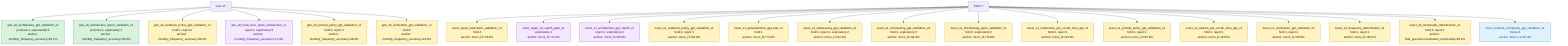
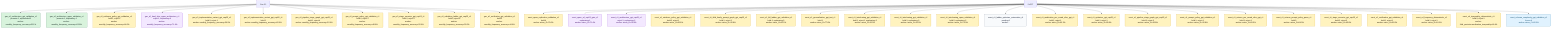
flowchart TD
  gan["Gan S0"]
  exect["ExECT"]
  exect_qwen_replication_validation_v1["exect_qwen_replication_validation_v1\nhold:4\nanchor: micro_f1=79.0%"]
  exect --> exect_qwen_replication_validation_v1
  exect_qwen_s4_cap25_gate_v1["exect_qwen_s4_cap25_gate_v1\nexploratory:1\nanchor: micro_f1=72.4%"]
  exect --> exect_qwen_s4_cap25_gate_v1
  exect_s1_architecture_gpt_cap25_v1["exect_s1_architecture_gpt_cap25_v1\nreject:1, exploratory:2\nanchor: micro_f1=95.8%"]
  exect --> exect_s1_architecture_gpt_cap25_v1
  exect_s1_evidence_policy_gpt_validation_v1["exect_s1_evidence_policy_gpt_validation_v1\nhold:2, reject:1\nanchor: micro_f1=95.8%"]
  exect --> exect_s1_evidence_policy_gpt_validation_v1
+   exect_s1_field_family_prompt_graph_gpt_cap25_v1["exect_s1_field_family_prompt_graph_gpt_cap25_v1\nhold:1, reject:2\nanchor: micro_f1=95.8%"]
+   exect --> exect_s1_field_family_prompt_graph_gpt_cap25_v1
+   exect_s1_full_ladder_gpt_validation_v1["exect_s1_full_ladder_gpt_validation_v1\nhold:1, exploratory:3\nanchor: micro_f1=92.3%"]
+   exect --> exect_s1_full_ladder_gpt_validation_v1
  exect_s1_generalization_gpt_test_v1["exect_s1_generalization_gpt_test_v1\nhold:1\nanchor: micro_f1=77.8%"]
  exect --> exect_s1_generalization_gpt_test_v1
  exect_s1_interleaving_gpt_validation_v1["exect_s1_interleaving_gpt_validation_v1\nhold:1, reject:1, exploratory:2\nanchor: micro_f1=92.3%"]
  exect --> exect_s1_interleaving_gpt_validation_v1
  exect_s1_interleaving_gpt_validation_v2["exect_s1_interleaving_gpt_validation_v2\nhold:1, exploratory:3\nanchor: micro_f1=92.3%"]
  exect --> exect_s1_interleaving_gpt_validation_v2
  exect_s1_interleaving_qwen_validation_v1["exect_s1_interleaving_qwen_validation_v1\nhold:2, exploratory:2\nanchor: micro_f1=79.0%"]
  exect --> exect_s1_interleaving_qwen_validation_v1
+   exect_s1_ladder_optimizer_automation_v1["exect_s1_ladder_optimizer_automation_v1\npending:3\nanchor: -"]
+   exect --> exect_s1_ladder_optimizer_automation_v1
  exect_s1_medication_pre_vocab_slice_gpt_v1["exect_s1_medication_pre_vocab_slice_gpt_v1\nhold:1, reject:1\nanchor: micro_f1=93.3%"]
  exect --> exect_s1_medication_pre_vocab_slice_gpt_v1
+   exect_s1_optimizer_gpt_cap25_v1["exect_s1_optimizer_gpt_cap25_v1\nhold:1, reject:1\nanchor: micro_f1=95.8%"]
+   exect --> exect_s1_optimizer_gpt_cap25_v1
+   exect_s1_pipeline_stage_graph_gpt_cap25_v1["exect_s1_pipeline_stage_graph_gpt_cap25_v1\nhold:3, reject:2\nanchor: micro_f1=95.8%"]
+   exect --> exect_s1_pipeline_stage_graph_gpt_cap25_v1
  exect_s1_prompt_policy_gpt_validation_v1["exect_s1_prompt_policy_gpt_validation_v1\nhold:1, reject:1\nanchor: micro_f1=95.8%"]
  exect --> exect_s1_prompt_policy_gpt_validation_v1
  exect_s1_seizure_pre_vocab_slice_gpt_v1["exect_s1_seizure_pre_vocab_slice_gpt_v1\nhold:1, reject:1\nanchor: micro_f1=93.5%"]
  exect --> exect_s1_seizure_pre_vocab_slice_gpt_v1
+   exect_s1_seizure_prompt_policy_qwen_v1["exect_s1_seizure_prompt_policy_qwen_v1\nhold:3\nanchor: micro_f1=84.3%"]
+   exect --> exect_s1_seizure_prompt_policy_qwen_v1
+   exect_s1_stage_executor_gpt_cap25_v1["exect_s1_stage_executor_gpt_cap25_v1\nhold:2, reject:3\nanchor: micro_f1=95.8%"]
+   exect --> exect_s1_stage_executor_gpt_cap25_v1
  exect_s1_verification_gpt_validation_v1["exect_s1_verification_gpt_validation_v1\nhold:1, reject:1\nanchor: micro_f1=95.8%"]
  exect --> exect_s1_verification_gpt_validation_v1
  exect_s4_frequency_deterministic_v1["exect_s4_frequency_deterministic_v1\nhold:1, reject:1\nanchor: micro_f1=69.2%"]
  exect --> exect_s4_frequency_deterministic_v1
  exect_s4_temporality_deterministic_v1["exect_s4_temporality_deterministic_v1\nhold:3, reject:1\nanchor: field_precision.medication_temporality=46.4%"]
  exect --> exect_s4_temporality_deterministic_v1
  exect_schema_complexity_gpt_validation_v1["exect_schema_complexity_gpt_validation_v1\nfreeze:4\nanchor: micro_f1=92.3%"]
  exect --> exect_schema_complexity_gpt_validation_v1
  gan_s0_architecture_gpt_validation_v1["gan_s0_architecture_gpt_validation_v1\npromote:1, superseded:2\nanchor: monthly_frequency_accuracy=65.1%"]
  gan --> gan_s0_architecture_gpt_validation_v1
  gan_s0_architecture_qwen_validation_v1["gan_s0_architecture_qwen_validation_v1\npromote:1, exploratory:1\nanchor: monthly_frequency_accuracy=65.8%"]
  gan --> gan_s0_architecture_qwen_validation_v1
  gan_s0_evidence_policy_gpt_validation_v1["gan_s0_evidence_policy_gpt_validation_v1\nhold:1, reject:2\nanchor: monthly_frequency_accuracy=44.0%"]
  gan --> gan_s0_evidence_policy_gpt_validation_v1
  gan_s0_hard_slice_qwen_architecture_v1["gan_s0_hard_slice_qwen_architecture_v1\nreject:1, exploratory:6\nanchor: monthly_frequency_accuracy=71.4%"]
  gan --> gan_s0_hard_slice_qwen_architecture_v1
+   gan_s0_implementation_variant_gpt_cap25_v1["gan_s0_implementation_variant_gpt_cap25_v1\nhold:3, reject:1\nanchor: monthly_frequency_accuracy=56.0%"]
+   gan --> gan_s0_implementation_variant_gpt_cap25_v1
+   gan_s0_implementation_variant_gpt_cap50_v1["gan_s0_implementation_variant_gpt_cap50_v1\nhold:2\nanchor: monthly_frequency_accuracy=62.0%"]
+   gan --> gan_s0_implementation_variant_gpt_cap50_v1
+   gan_s0_pipeline_stage_graph_gpt_cap25_v1["gan_s0_pipeline_stage_graph_gpt_cap25_v1\nhold:1, reject:4\nanchor: monthly_frequency_accuracy=52.0%"]
+   gan --> gan_s0_pipeline_stage_graph_gpt_cap25_v1
  gan_s0_prompt_policy_gpt_validation_v1["gan_s0_prompt_policy_gpt_validation_v1\nhold:2, reject:1\nanchor: monthly_frequency_accuracy=48.0%"]
  gan --> gan_s0_prompt_policy_gpt_validation_v1
+   gan_s0_stage_executor_gpt_cap25_v1["gan_s0_stage_executor_gpt_cap25_v1\nhold:2, reject:3\nanchor: monthly_frequency_accuracy=52.0%"]
+   gan --> gan_s0_stage_executor_gpt_cap25_v1
+   gan_s0_validation_ladder_gpt_cap25_v1["gan_s0_validation_ladder_gpt_cap25_v1\nhold:3, reject:4\nanchor: monthly_frequency_accuracy=52.0%"]
+   gan --> gan_s0_validation_ladder_gpt_cap25_v1
  gan_s0_verification_gpt_validation_v1["gan_s0_verification_gpt_validation_v1\nhold:3\nanchor: monthly_frequency_accuracy=44.0%"]
  gan --> gan_s0_verification_gpt_validation_v1
  classDef promote fill:#d8f3dc,stroke:#2d6a4f,color:#081c15;
  classDef freeze fill:#e0f2fe,stroke:#0369a1,color:#0c4a6e;
  classDef hold fill:#fff3bf,stroke:#cc8f00,color:#201400;
  classDef reject fill:#fee2e2,stroke:#b91c1c,color:#450a0a;
  classDef superseded fill:#e5e7eb,stroke:#6b7280,color:#111827;
  classDef exploratory fill:#f3e8ff,stroke:#7e22ce,color:#3b0764;
  classDef pending fill:#f8fafc,stroke:#64748b,color:#0f172a;
  class exect_qwen_replication_validation_v1 hold;
  class exect_qwen_s4_cap25_gate_v1 exploratory;
  class exect_s1_architecture_gpt_cap25_v1 exploratory;
  class exect_s1_evidence_policy_gpt_validation_v1 hold;
+   class exect_s1_field_family_prompt_graph_gpt_cap25_v1 hold;
+   class exect_s1_full_ladder_gpt_validation_v1 hold;
  class exect_s1_generalization_gpt_test_v1 hold;
  class exect_s1_interleaving_gpt_validation_v1 hold;
  class exect_s1_interleaving_gpt_validation_v2 hold;
  class exect_s1_interleaving_qwen_validation_v1 hold;
+   class exect_s1_ladder_optimizer_automation_v1 pending;
  class exect_s1_medication_pre_vocab_slice_gpt_v1 hold;
+   class exect_s1_optimizer_gpt_cap25_v1 hold;
+   class exect_s1_pipeline_stage_graph_gpt_cap25_v1 hold;
  class exect_s1_prompt_policy_gpt_validation_v1 hold;
  class exect_s1_seizure_pre_vocab_slice_gpt_v1 hold;
+   class exect_s1_seizure_prompt_policy_qwen_v1 hold;
+   class exect_s1_stage_executor_gpt_cap25_v1 hold;
  class exect_s1_verification_gpt_validation_v1 hold;
  class exect_s4_frequency_deterministic_v1 hold;
  class exect_s4_temporality_deterministic_v1 hold;
  class exect_schema_complexity_gpt_validation_v1 freeze;
  class gan_s0_architecture_gpt_validation_v1 promote;
  class gan_s0_architecture_qwen_validation_v1 promote;
  class gan_s0_evidence_policy_gpt_validation_v1 hold;
  class gan_s0_hard_slice_qwen_architecture_v1 exploratory;
+   class gan_s0_implementation_variant_gpt_cap25_v1 hold;
+   class gan_s0_implementation_variant_gpt_cap50_v1 hold;
+   class gan_s0_pipeline_stage_graph_gpt_cap25_v1 hold;
  class gan_s0_prompt_policy_gpt_validation_v1 hold;
+   class gan_s0_stage_executor_gpt_cap25_v1 hold;
+   class gan_s0_validation_ladder_gpt_cap25_v1 hold;
  class gan_s0_verification_gpt_validation_v1 hold;
